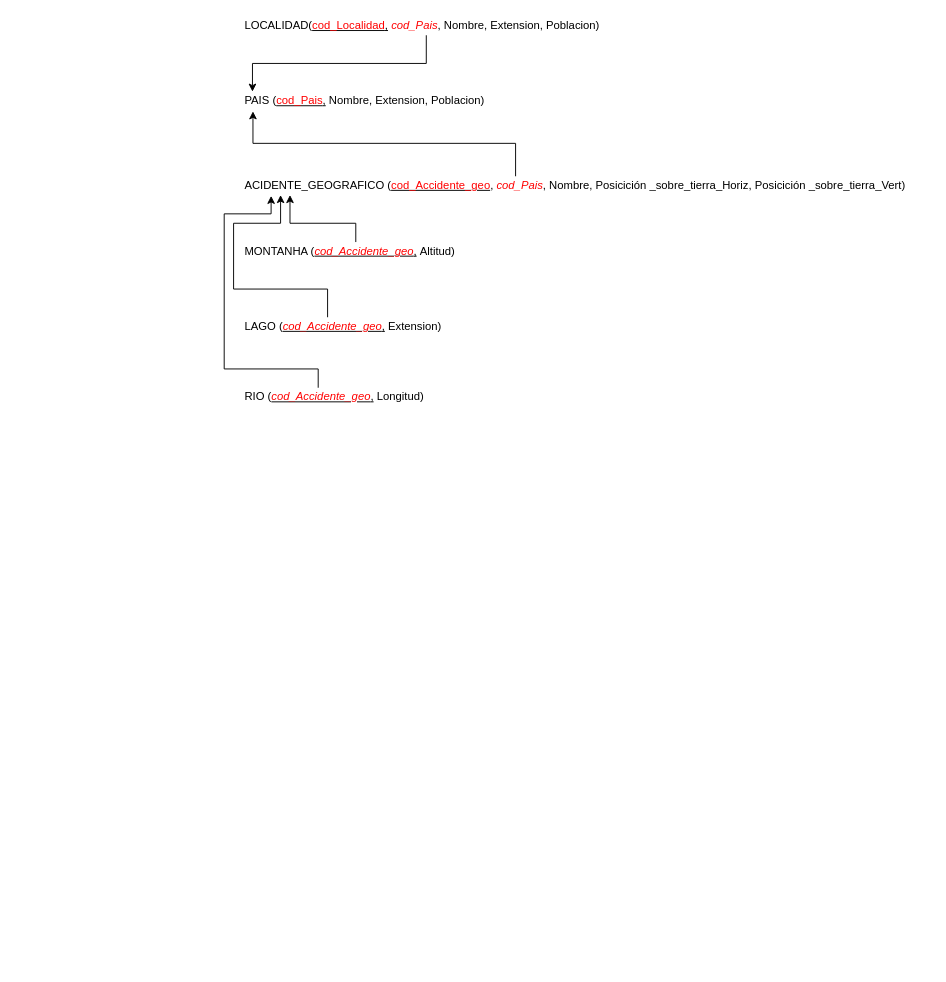
Earlier version of the draw.io diagram bbdd/Trimestre 2/Actividades/amado_cibreiro_andres_bd61/amado_cibreiro_andres_bd61_sub_54_1.drawio (Amaado/DAM1_archives). Source tidied: cells renumbered, new cells numbered last; positions are measured from the earlier drawing's top-left corner, leaving out a move shared by most shapes. Both pictures are drawn from the tidied source at 94%, with x=0, y=0 at pixel (224, 16).
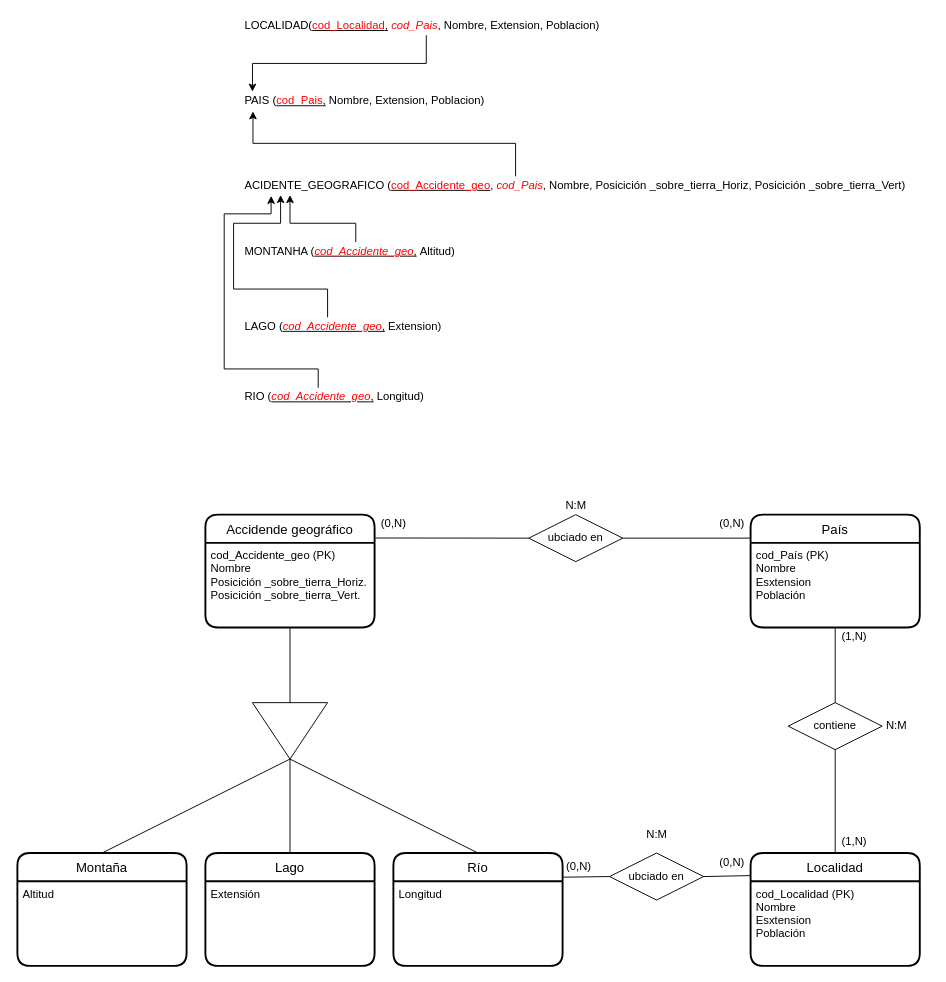
After the change.

Change to the diagram source:
```diff
@@
+    <mxCell id="13" value="Accidende geográfico" style="swimlane;horizontal=1;startSize=30;rounded=1;fontSize=14;fontStyle=0;strokeWidth=2;shadow=0;dashed=0;align=center;" parent="1" vertex="1">
+      <mxGeometry x="-20" y="530" width="180" height="120" as="geometry" />
+    </mxCell>
+    <mxCell id="14" value="cod_Accidente_geo (PK)&#10;Nombre&#10;Posicición _sobre_tierra_Horiz.&#10;Posicición _sobre_tierra_Vert.&#10;" style="align=left;strokeColor=none;fillColor=none;spacingLeft=4;fontSize=12;verticalAlign=top;" parent="13" vertex="1">
+      <mxGeometry y="30" width="180" height="90" as="geometry" />
+    </mxCell>
+    <mxCell id="15" value="ubciado en" style="rhombus;whiteSpace=wrap;html=1;" parent="1" vertex="1">
+      <mxGeometry x="324" y="530" width="100" height="50" as="geometry" />
+    </mxCell>
+    <mxCell id="16" style="triangle;whiteSpace=wrap;html=1;rotation=90;" parent="1" vertex="1">
+      <mxGeometry x="40" y="720" width="60" height="80" as="geometry" />
+    </mxCell>
+    <mxCell id="17" value="Río" style="swimlane;horizontal=1;startSize=30;rounded=1;fontSize=14;fontStyle=0;strokeWidth=2;shadow=0;dashed=0;align=center;" parent="1" vertex="1">
+      <mxGeometry x="180" y="890" width="180" height="120" as="geometry" />
+    </mxCell>
+    <mxCell id="18" value="Longitud" style="align=left;strokeColor=none;fillColor=none;spacingLeft=4;fontSize=12;verticalAlign=top;" parent="17" vertex="1">
+      <mxGeometry y="30" width="180" height="90" as="geometry" />
+    </mxCell>
+    <mxCell id="19" value="Lago" style="swimlane;horizontal=1;startSize=30;rounded=1;fontSize=14;fontStyle=0;strokeWidth=2;shadow=0;dashed=0;align=center;" parent="1" vertex="1">
+      <mxGeometry x="-20" y="890" width="180" height="120" as="geometry" />
+    </mxCell>
+    <mxCell id="20" value="Extensión" style="align=left;strokeColor=none;fillColor=none;spacingLeft=4;fontSize=12;verticalAlign=top;" parent="19" vertex="1">
+      <mxGeometry y="30" width="180" height="90" as="geometry" />
+    </mxCell>
+    <mxCell id="21" value="Montaña" style="swimlane;horizontal=1;startSize=30;rounded=1;fontSize=14;fontStyle=0;strokeWidth=2;shadow=0;dashed=0;align=center;" parent="1" vertex="1">
+      <mxGeometry x="-220" y="890" width="180" height="120" as="geometry" />
+    </mxCell>
+    <mxCell id="22" value="Altitud" style="align=left;strokeColor=none;fillColor=none;spacingLeft=4;fontSize=12;verticalAlign=top;" parent="21" vertex="1">
+      <mxGeometry y="30" width="180" height="90" as="geometry" />
+    </mxCell>
+    <mxCell id="23" value="País" style="swimlane;horizontal=1;startSize=30;rounded=1;fontSize=14;fontStyle=0;strokeWidth=2;shadow=0;dashed=0;align=center;" parent="1" vertex="1">
+      <mxGeometry x="560" y="530" width="180" height="120" as="geometry" />
+    </mxCell>
+    <mxCell id="24" value="cod_País (PK)&#10;Nombre&#10;Esxtension&#10;Población" style="align=left;strokeColor=none;fillColor=none;spacingLeft=4;fontSize=12;verticalAlign=top;" parent="23" vertex="1">
+      <mxGeometry y="30" width="180" height="90" as="geometry" />
+    </mxCell>
+    <mxCell id="25" value="Localidad" style="swimlane;horizontal=1;startSize=30;rounded=1;fontSize=14;fontStyle=0;strokeWidth=2;shadow=0;dashed=0;align=center;" parent="1" vertex="1">
+      <mxGeometry x="560" y="890" width="180" height="120" as="geometry" />
+    </mxCell>
+    <mxCell id="26" value="cod_Localidad (PK)&#10;Nombre&#10;Esxtension&#10;Población" style="align=left;strokeColor=none;fillColor=none;spacingLeft=4;fontSize=12;verticalAlign=top;" parent="25" vertex="1">
+      <mxGeometry y="30" width="180" height="90" as="geometry" />
+    </mxCell>
+    <mxCell id="27" value="contiene" style="rhombus;whiteSpace=wrap;html=1;" parent="1" vertex="1">
+      <mxGeometry x="600" y="730" width="100" height="50" as="geometry" />
+    </mxCell>
+    <mxCell id="28" value="ubciado en" style="rhombus;whiteSpace=wrap;html=1;" parent="1" vertex="1">
+      <mxGeometry x="410" y="890" width="100" height="50" as="geometry" />
+    </mxCell>
+    <mxCell id="29" style="endArrow=none;html=1;entryX=0.5;entryY=1;entryDx=0;entryDy=0;exitX=0;exitY=0.5;exitDx=0;exitDy=0;" parent="1" edge="1" source="16" target="14">
+      <mxGeometry relative="1" as="geometry" />
+    </mxCell>
+    <mxCell id="30" style="endArrow=none;html=1;entryX=0.5;entryY=0;entryDx=0;entryDy=0;exitX=1;exitY=0.5;exitDx=0;exitDy=0;" parent="1" edge="1" source="16" target="19">
+      <mxGeometry relative="1" as="geometry" />
+    </mxCell>
+    <mxCell id="31" style="endArrow=none;html=1;entryX=0.5;entryY=0;entryDx=0;entryDy=0;exitX=1;exitY=0.5;exitDx=0;exitDy=0;" parent="1" edge="1" source="16" target="17">
+      <mxGeometry relative="1" as="geometry" />
+    </mxCell>
+    <mxCell id="32" style="endArrow=none;html=1;entryX=0.5;entryY=0;entryDx=0;entryDy=0;exitX=1;exitY=0.5;exitDx=0;exitDy=0;" parent="1" edge="1" source="16" target="21">
+      <mxGeometry relative="1" as="geometry" />
+    </mxCell>
+    <mxCell id="33" style="endArrow=none;html=1;exitX=0;exitY=0.5;exitDx=0;exitDy=0;entryX=1.003;entryY=0.207;entryDx=0;entryDy=0;entryPerimeter=0;" parent="1" edge="1" source="15" target="13">
+      <mxGeometry relative="1" as="geometry" />
+    </mxCell>
+    <mxCell id="34" style="endArrow=none;html=1;exitX=1;exitY=0.5;exitDx=0;exitDy=0;entryX=0.001;entryY=0.208;entryDx=0;entryDy=0;entryPerimeter=0;" parent="1" edge="1" source="15" target="23">
+      <mxGeometry relative="1" as="geometry" />
+    </mxCell>
+    <mxCell id="35" style="endArrow=none;html=1;exitX=0.5;exitY=0;exitDx=0;exitDy=0;entryX=0.5;entryY=1;entryDx=0;entryDy=0;" parent="1" edge="1" source="27" target="24">
+      <mxGeometry relative="1" as="geometry" />
+    </mxCell>
+    <mxCell id="36" style="endArrow=none;html=1;exitX=0.5;exitY=1;exitDx=0;exitDy=0;entryX=0.5;entryY=0;entryDx=0;entryDy=0;" parent="1" edge="1" source="27" target="25">
+      <mxGeometry relative="1" as="geometry" />
+    </mxCell>
+    <mxCell id="37" style="endArrow=none;html=1;exitX=1;exitY=0.5;exitDx=0;exitDy=0;entryX=-0.004;entryY=0.2;entryDx=0;entryDy=0;entryPerimeter=0;" parent="1" edge="1" source="28" target="25">
+      <mxGeometry relative="1" as="geometry" />
+    </mxCell>
+    <mxCell id="38" style="endArrow=none;html=1;exitX=0;exitY=0.5;exitDx=0;exitDy=0;entryX=1.002;entryY=0.214;entryDx=0;entryDy=0;entryPerimeter=0;" parent="1" edge="1" source="28" target="17">
+      <mxGeometry relative="1" as="geometry" />
+    </mxCell>
+    <mxCell id="39" value="N:M" style="text;html=1;align=center;verticalAlign=middle;" parent="1" vertex="1">
+      <mxGeometry x="354" y="510" width="40" height="20" as="geometry" />
+    </mxCell>
+    <mxCell id="40" value="(0,N)" style="text;html=1;align=center;verticalAlign=middle;" parent="1" vertex="1">
+      <mxGeometry x="160" y="530" width="40" height="20" as="geometry" />
+    </mxCell>
+    <mxCell id="41" value="(0,N)" style="text;html=1;align=center;verticalAlign=middle;" parent="1" vertex="1">
+      <mxGeometry x="520" y="530" width="40" height="20" as="geometry" />
+    </mxCell>
+    <mxCell id="42" value="N:M" style="text;html=1;align=center;verticalAlign=middle;" parent="1" vertex="1">
+      <mxGeometry x="695" y="745" width="40" height="20" as="geometry" />
+    </mxCell>
+    <mxCell id="43" value="(1,N)" style="text;html=1;align=center;verticalAlign=middle;" parent="1" vertex="1">
+      <mxGeometry x="650" y="650" width="40" height="20" as="geometry" />
+    </mxCell>
+    <mxCell id="44" value="(1,N)" style="text;html=1;align=center;verticalAlign=middle;" parent="1" vertex="1">
+      <mxGeometry x="650" y="868" width="40" height="20" as="geometry" />
+    </mxCell>
+    <mxCell id="45" value="N:M" style="text;html=1;align=center;verticalAlign=middle;" parent="1" vertex="1">
+      <mxGeometry x="440" y="860" width="40" height="20" as="geometry" />
+    </mxCell>
+    <mxCell id="46" value="(0,N)" style="text;html=1;align=center;verticalAlign=middle;" parent="1" vertex="1">
+      <mxGeometry x="357" y="895" width="40" height="20" as="geometry" />
+    </mxCell>
+    <mxCell id="47" value="(0,N)" style="text;html=1;align=center;verticalAlign=middle;" parent="1" vertex="1">
+      <mxGeometry x="520" y="890" width="40" height="20" as="geometry" />
+    </mxCell>
```
